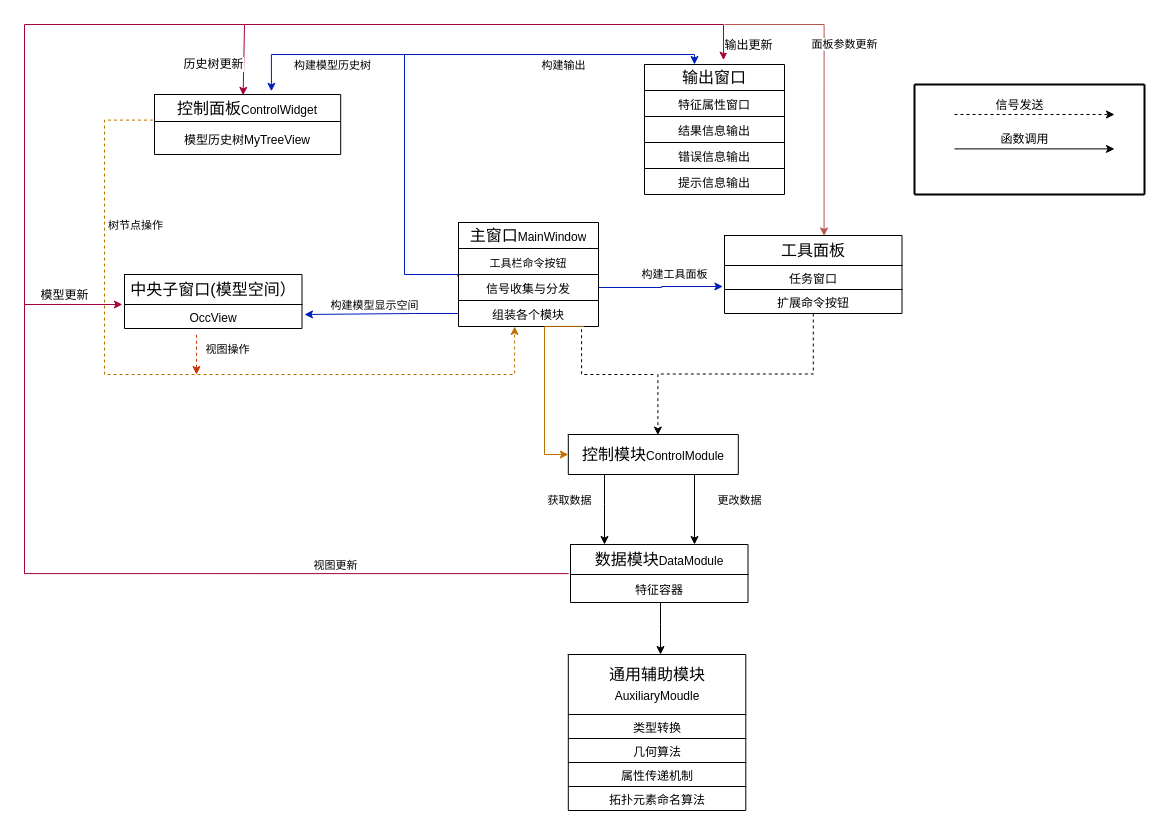
liuhuliuhu123/First-test keeps this draw.io diagram as 架构最新.drawio. Above is the earlier version. Source tidied: cells renumbered, new cells numbered last; positions are measured from the earlier drawing's top-left corner, leaving out a move shared by most shapes. Both pictures are drawn from the tidied source at 100%, with x=0, y=0 at pixel (24, 24).
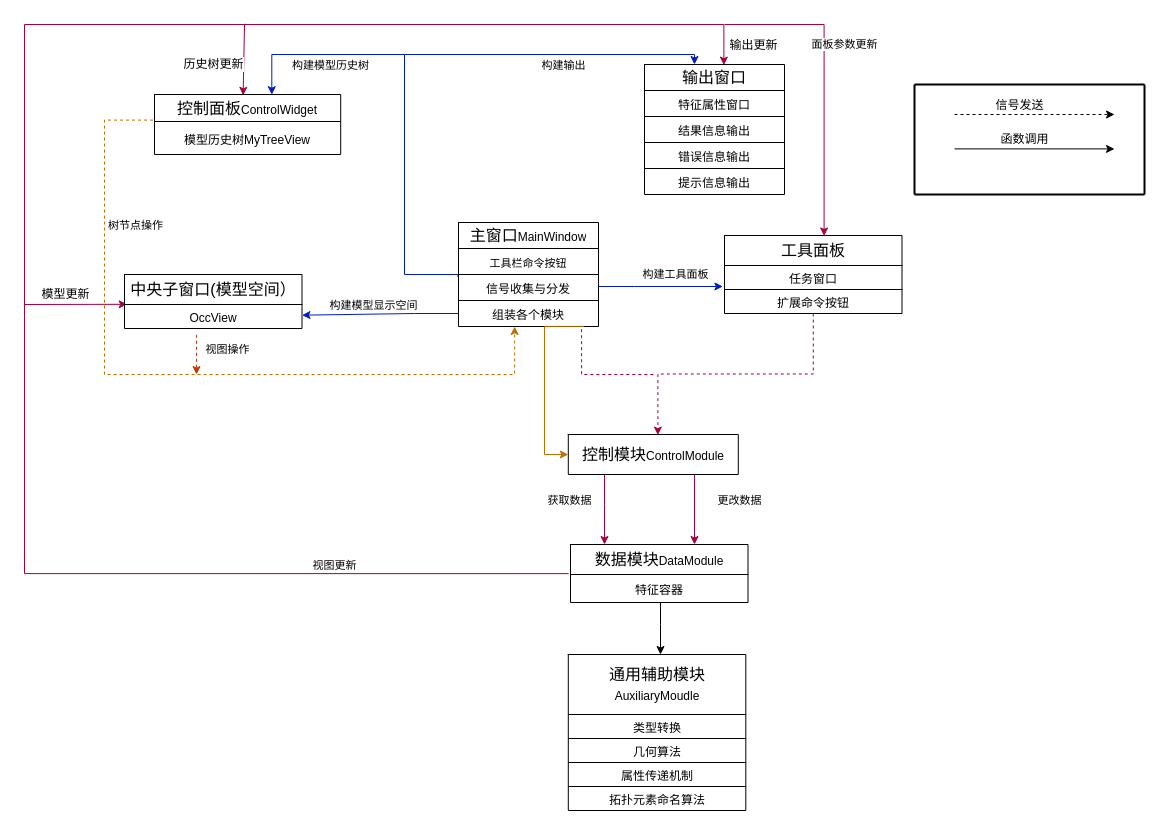
The same page after the edit.

Commit message:
更新架构最新.drawio

Unchanged cells that the change refers to:
```xml
<mxCell id="20" style="shape=tableRow;horizontal=0;startSize=0;swimlaneHead=0;swimlaneBody=0;strokeColor=inherit;top=0;left=0;bottom=0;right=0;fillColor=none;points=[[0,0.5],[1,0.5]];portConstraint=eastwest;fontSize=16;" parent="19" vertex="1">
  <mxGeometry width="140" height="26" as="geometry" />
</mxCell>
<mxCell id="35" style="shape=tableRow;horizontal=0;startSize=0;swimlaneHead=0;swimlaneBody=0;strokeColor=inherit;top=0;left=0;bottom=0;right=0;fillColor=none;points=[[0,0.5],[1,0.5]];portConstraint=eastwest;fontSize=16;" parent="30" vertex="1">
  <mxGeometry y="52" width="140" height="26" as="geometry" />
</mxCell>
<mxCell id="37" style="shape=tableRow;horizontal=0;startSize=0;swimlaneHead=0;swimlaneBody=0;strokeColor=inherit;top=0;left=0;bottom=0;right=0;fillColor=none;points=[[0,0.5],[1,0.5]];portConstraint=eastwest;fontSize=16;" parent="30" vertex="1">
  <mxGeometry y="78" width="140" height="26" as="geometry" />
</mxCell>
<mxCell id="51" style="shape=table;startSize=0;childLayout=tableLayout;fontSize=16;" parent="1" vertex="1">
  <mxGeometry x="700" y="211" width="177.5" height="78" as="geometry" />
</mxCell>
<mxCell id="52" style="shape=tableRow;horizontal=0;startSize=0;swimlaneHead=0;swimlaneBody=0;strokeColor=inherit;top=0;left=0;bottom=0;right=0;fillColor=none;points=[[0,0.5],[1,0.5]];portConstraint=eastwest;fontSize=16;" parent="51" vertex="1">
  <mxGeometry width="177.5" height="30" as="geometry" />
</mxCell>
<mxCell id="56" style="shape=tableRow;horizontal=0;startSize=0;swimlaneHead=0;swimlaneBody=0;strokeColor=inherit;top=0;left=0;bottom=0;right=0;fillColor=none;points=[[0,0.5],[1,0.5]];portConstraint=eastwest;fontSize=16;" parent="51" vertex="1">
  <mxGeometry y="54" width="177.5" height="24" as="geometry" />
</mxCell>
<mxCell id="61" style="shape=tableRow;horizontal=0;startSize=0;swimlaneHead=0;swimlaneBody=0;strokeColor=inherit;top=0;left=0;bottom=0;right=0;fillColor=none;points=[[0,0.5],[1,0.5]];portConstraint=eastwest;fontSize=16;" parent="58" vertex="1">
  <mxGeometry y="30" width="177.5" height="24" as="geometry" />
</mxCell>
<mxCell id="64" style="shape=tableRow;horizontal=0;startSize=0;swimlaneHead=0;swimlaneBody=0;strokeColor=inherit;top=0;left=0;bottom=0;right=0;fillColor=none;points=[[0,0.5],[1,0.5]];portConstraint=eastwest;fontSize=16;" parent="63" vertex="1">
  <mxGeometry width="186.2" height="27" as="geometry" />
</mxCell>
<mxCell id="70" style="shape=tableRow;horizontal=0;startSize=0;swimlaneHead=0;swimlaneBody=0;strokeColor=inherit;top=0;left=0;bottom=0;right=0;fillColor=none;points=[[0,0.5],[1,0.5]];portConstraint=eastwest;fontSize=16;" parent="69" vertex="1">
  <mxGeometry width="177.5" height="30" as="geometry" />
</mxCell>
<mxCell id="72" style="shape=tableRow;horizontal=0;startSize=0;swimlaneHead=0;swimlaneBody=0;strokeColor=inherit;top=0;left=0;bottom=0;right=0;fillColor=none;points=[[0,0.5],[1,0.5]];portConstraint=eastwest;fontSize=16;" parent="69" vertex="1">
  <mxGeometry y="30" width="177.5" height="28" as="geometry" />
</mxCell>
<mxCell id="76" style="shape=table;startSize=0;childLayout=tableLayout;fontSize=16;" parent="1" vertex="1">
  <mxGeometry x="543.8" y="410" width="170" height="40" as="geometry" />
</mxCell>
<mxCell id="77" style="shape=tableRow;horizontal=0;startSize=0;swimlaneHead=0;swimlaneBody=0;strokeColor=inherit;top=0;left=0;bottom=0;right=0;fillColor=none;points=[[0,0.5],[1,0.5]];portConstraint=eastwest;fontSize=16;" parent="76" vertex="1">
  <mxGeometry width="170" height="40" as="geometry" />
</mxCell>
```

Change to the diagram source:
```diff
@@
-    <mxCell id="2" style="endArrow=classic;html=1;rounded=0;exitX=0;exitY=0.5;exitDx=0;exitDy=0;fillColor=#0050ef;strokeColor=#001DBC;" parent="1" edge="1" source="37">
+    <mxCell id="2" style="endArrow=classic;html=1;rounded=0;exitX=0;exitY=0.5;exitDx=0;exitDy=0;fillColor=#0050ef;strokeColor=#001DBC;" parent="1" edge="1" source="37" target="61">
       <mxGeometry relative="1" as="geometry">
-        <mxPoint x="280" y="290" as="targetPoint" />
         <Array as="points">
           <mxPoint x="390" y="289" />
         </Array>
       </mxGeometry>
     </mxCell>
@@
-    <mxCell id="4" style="endArrow=classic;html=1;rounded=0;entryX=0.628;entryY=-0.119;entryDx=0;entryDy=0;entryPerimeter=0;edgeStyle=orthogonalEdgeStyle;exitX=-0.004;exitY=0.092;exitDx=0;exitDy=0;exitPerimeter=0;fillColor=#0050ef;strokeColor=#001DBC;" parent="1" edge="1" source="35" target="64">
+    <mxCell id="4" style="endArrow=classic;html=1;rounded=0;entryX=0.63;entryY=0.007;entryDx=0;entryDy=0;entryPerimeter=0;edgeStyle=orthogonalEdgeStyle;exitX=-0.004;exitY=0.092;exitDx=0;exitDy=0;exitPerimeter=0;fillColor=#0050ef;strokeColor=#001DBC;" parent="1" edge="1" source="35" target="64">
       <mxGeometry relative="1" as="geometry">
         <Array as="points">
           <mxPoint x="433" y="250" />
           <mxPoint x="380" y="250" />
           <mxPoint x="380" y="30" />
           <mxPoint x="247" y="30" />
         </Array>
       </mxGeometry>
     </mxCell>
@@
-    <mxCell id="12" style="endArrow=classic;html=1;rounded=0;edgeStyle=orthogonalEdgeStyle;entryX=0.564;entryY=-0.169;entryDx=0;entryDy=0;entryPerimeter=0;exitX=-0.01;exitY=-0.031;exitDx=0;exitDy=0;exitPerimeter=0;fillColor=#d80073;strokeColor=#A50040;" parent="1" edge="1" source="72" target="20">
+    <mxCell id="12" style="endArrow=classic;html=1;rounded=0;edgeStyle=orthogonalEdgeStyle;entryX=0.567;entryY=0.023;entryDx=0;entryDy=0;entryPerimeter=0;exitX=-0.01;exitY=-0.031;exitDx=0;exitDy=0;exitPerimeter=0;fillColor=#d80073;strokeColor=#A50040;" parent="1" edge="1" source="72" target="20">
       <mxGeometry relative="1" as="geometry">
         <Array as="points">
           <mxPoint y="549" />
           <mxPoint />
           <mxPoint x="699" />
         </Array>
       </mxGeometry>
     </mxCell>
@@
-    <mxCell id="15" style="endArrow=classic;html=1;rounded=0;entryX=-0.012;entryY=0;entryDx=0;entryDy=0;entryPerimeter=0;fillColor=#d80073;strokeColor=#A50040;" parent="1" edge="1" target="61">
+    <mxCell id="15" style="endArrow=classic;html=1;rounded=0;fillColor=#d80073;strokeColor=#A50040;entryX=0.015;entryY=-0.008;entryDx=0;entryDy=0;entryPerimeter=0;" parent="1" edge="1" target="61">
       <mxGeometry relative="1" as="geometry">
         <mxPoint y="280" as="sourcePoint" />
       </mxGeometry>
     </mxCell>
@@
-    <mxCell id="50" style="edgeStyle=orthogonalEdgeStyle;rounded=0;jettySize=auto;html=1;entryX=0.527;entryY=0.014;entryDx=0;entryDy=0;entryPerimeter=0;dashed=1;" parent="1" edge="1" source="51" target="77">
+    <mxCell id="50" style="edgeStyle=orthogonalEdgeStyle;rounded=0;jettySize=auto;html=1;entryX=0.527;entryY=0.014;entryDx=0;entryDy=0;entryPerimeter=0;dashed=1;strokeColor=#A50040;" parent="1" edge="1" source="51" target="77">
       <mxGeometry relative="1" as="geometry" />
     </mxCell>
@@
-    <mxCell id="74" value="获取数据" style="edgeStyle=orthogonalEdgeStyle;rounded=0;jettySize=auto;html=1;" parent="1" edge="1" source="76" target="70">
+    <mxCell id="74" value="获取数据" style="edgeStyle=orthogonalEdgeStyle;rounded=0;jettySize=auto;html=1;strokeColor=#A50040;" parent="1" edge="1" source="76" target="70">
       <mxGeometry x="-0.25" y="-35" relative="1" as="geometry">
         <Array as="points">
           <mxPoint x="580" y="480" />
           <mxPoint x="580" y="480" />
         </Array>
       </mxGeometry>
     </mxCell>
-    <mxCell id="75" value="更改数据" style="edgeStyle=orthogonalEdgeStyle;rounded=0;jettySize=auto;html=1;" parent="1" edge="1" source="76">
+    <mxCell id="75" value="更改数据" style="edgeStyle=orthogonalEdgeStyle;rounded=0;jettySize=auto;html=1;strokeColor=#A50040;" parent="1" edge="1" source="76">
       <mxGeometry x="-0.25" y="45" relative="1" as="geometry">
         <mxPoint x="670" y="520" as="targetPoint" />
         <Array as="points">
           <mxPoint x="670" y="519" />
         </Array>
       </mxGeometry>
     </mxCell>
@@
     <mxCell id="79" value="构建工具面板" style="edgeStyle=orthogonalEdgeStyle;rounded=0;jettySize=auto;html=1;entryX=-0.009;entryY=-0.125;entryDx=0;entryDy=0;entryPerimeter=0;fillColor=#0050ef;strokeColor=#001DBC;" parent="1" edge="1" source="35" target="56">
-      <mxGeometry x="0.23" y="12" relative="1" as="geometry" />
+      <mxGeometry x="0.23" y="12" relative="1" as="geometry">
+        <Array as="points">
+          <mxPoint x="610" y="262" />
+          <mxPoint x="610" y="262" />
+        </Array>
+      </mxGeometry>
     </mxCell>
-    <mxCell id="80" style="endArrow=none;html=1;rounded=0;edgeStyle=orthogonalEdgeStyle;dashed=1;exitX=0.879;exitY=1.104;exitDx=0;exitDy=0;exitPerimeter=0;" parent="1" edge="1" source="37">
+    <mxCell id="80" style="endArrow=none;html=1;rounded=0;edgeStyle=orthogonalEdgeStyle;dashed=1;exitX=0.879;exitY=1.104;exitDx=0;exitDy=0;exitPerimeter=0;strokeColor=#A50040;" parent="1" edge="1" source="37">
       <mxGeometry relative="1" as="geometry">
         <mxPoint x="630" y="350" as="targetPoint" />
         <Array as="points">
           <mxPoint x="557" y="350" />
         </Array>
       </mxGeometry>
     </mxCell>
@@
-    <mxCell id="86" value="面板参数更新" style="endArrow=classic;html=1;rounded=0;fillColor=#f8cecc;strokeColor=#b85450;edgeStyle=orthogonalEdgeStyle;entryX=0.561;entryY=0.016;entryDx=0;entryDy=0;entryPerimeter=0;" parent="1" edge="1" target="52">
+    <mxCell id="86" value="面板参数更新" style="endArrow=classic;html=1;rounded=0;fillColor=#f8cecc;strokeColor=#A50040;edgeStyle=orthogonalEdgeStyle;entryX=0.561;entryY=0.016;entryDx=0;entryDy=0;entryPerimeter=0;" parent="1" edge="1" target="52">
       <mxGeometry x="-0.23" y="20" relative="1" as="geometry">
         <mxPoint x="700" as="sourcePoint" />
         <Array as="points">
           <mxPoint x="800" />
         </Array>
       </mxGeometry>
     </mxCell>
```
